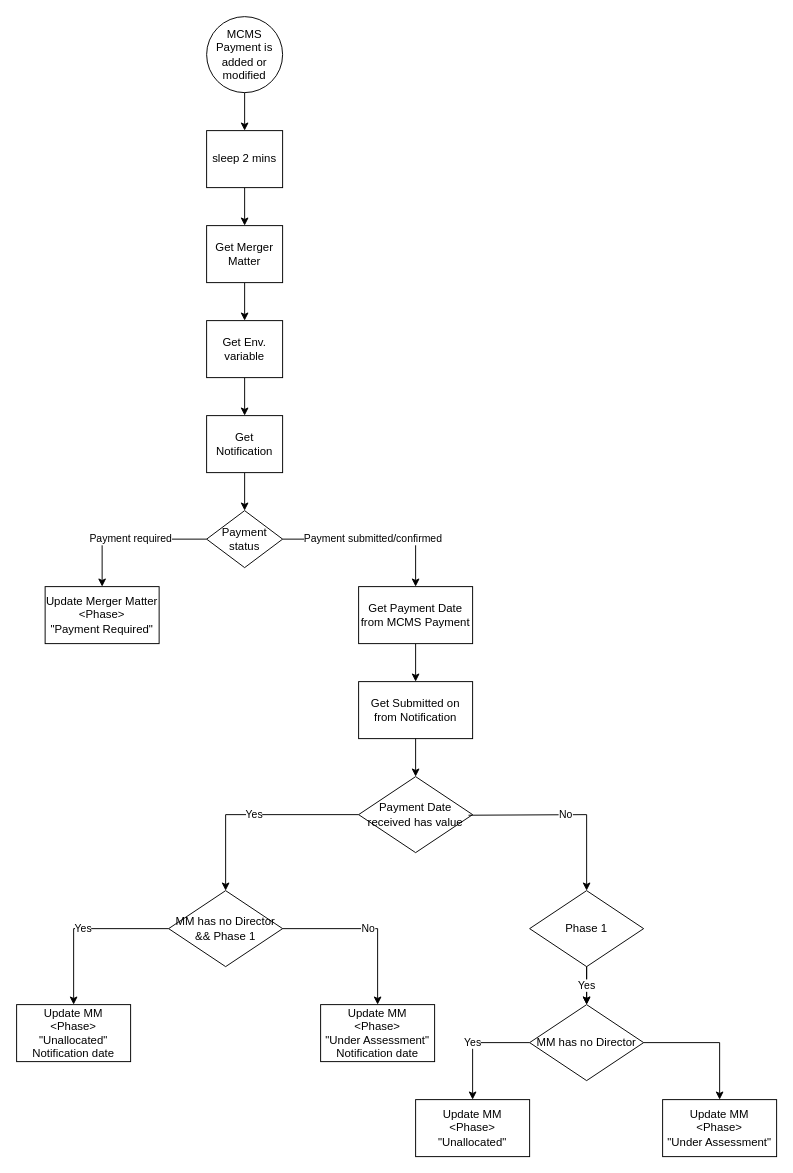
Before: page "Flow Update MM Effect..." (18 of 18) of Merger.drawio in danieldotskc/helloworld, a draw.io diagram. Source tidied: cells renumbered, new cells numbered last; positions are measured from the earlier drawing's top-left corner, leaving out a move shared by most shapes. Both pictures are drawn from the tidied source at 95%, with x=0, y=0 at pixel (16, 16).
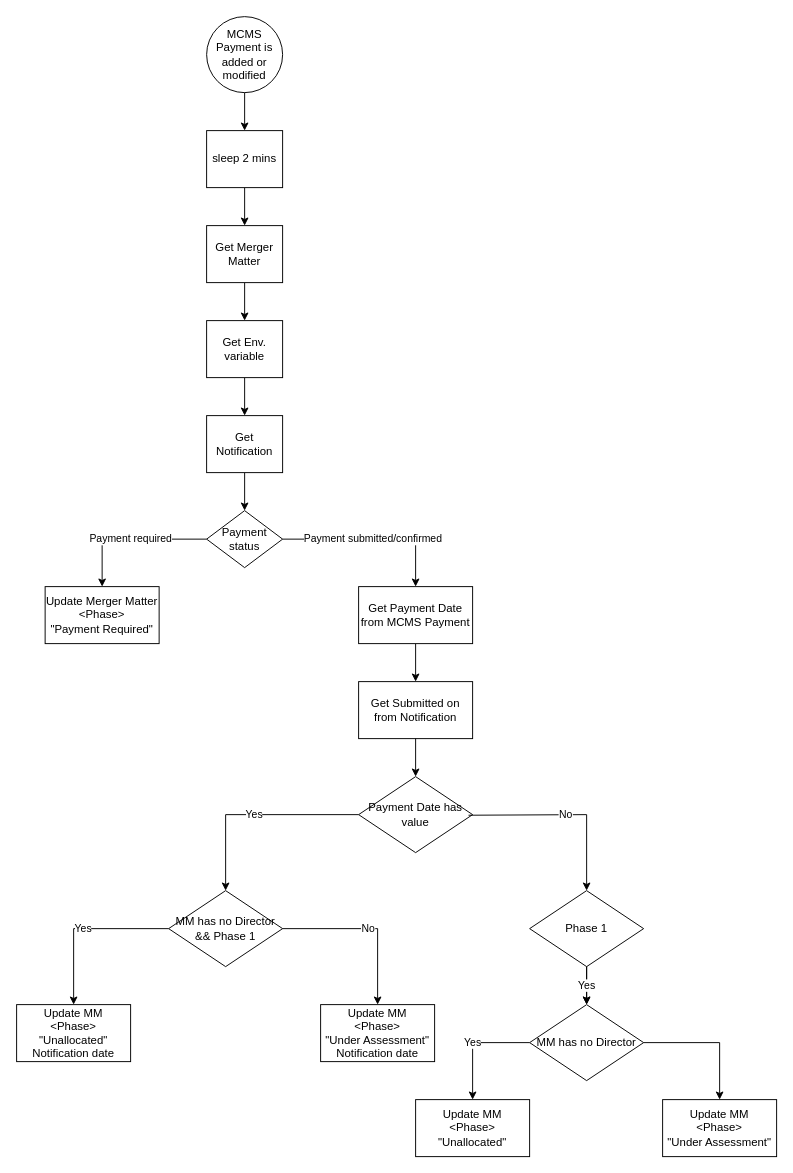
After the change.

Diff of the diagram source:
```diff
@@
-    <mxCell id="25" value="Payment Date received has value" style="rhombus;whiteSpace=wrap;html=1;" parent="1" vertex="1">
+    <mxCell id="25" value="Payment Date has value" style="rhombus;whiteSpace=wrap;html=1;" parent="1" vertex="1">
       <mxGeometry x="360" y="800" width="120" height="80" as="geometry" />
     </mxCell>
```
